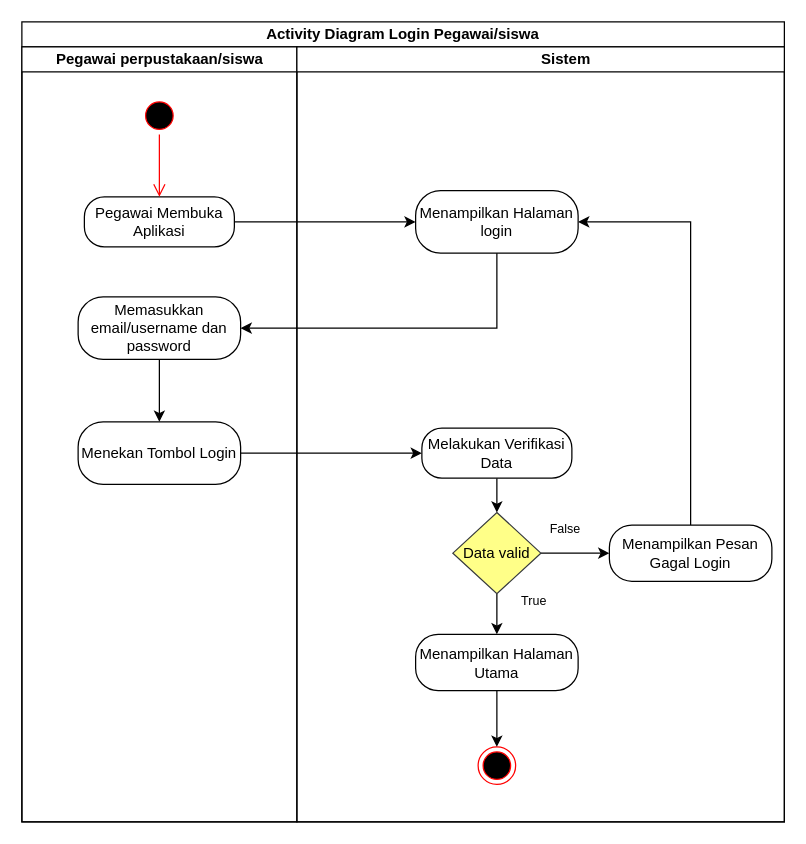
Earlier version of the draw.io diagram page "Activity Login" (2 of 17) of Use case.drawio (DikiDrim/FileSkripsi). Source tidied: cells renumbered, new cells numbered last; positions are measured from the earlier drawing's top-left corner, leaving out a move shared by most shapes. Both pictures are drawn from the tidied source at 125%, with x=0, y=0 at pixel (21, 21).
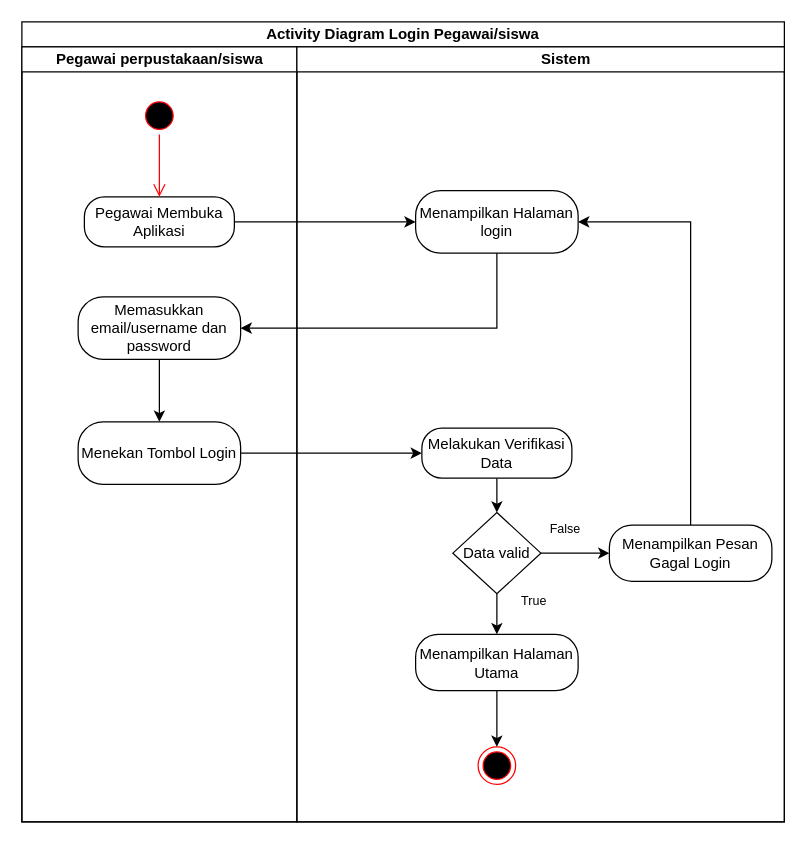
After the change.

Unchanged cells that the change refers to:
```xml
<mxCell id="10" value="&lt;blockquote style=&quot;margin: 0 0 0 40px; border: none; padding: 0px;&quot;&gt;Sistem&lt;/blockquote&gt;" style="swimlane;html=1;startSize=20;swimlaneLine=1;" parent="2" vertex="1">
  <mxGeometry x="220" y="20" width="390" height="620" as="geometry" />
</mxCell>
```

What changed in the source:
```diff
@@
-    <mxCell id="19" value="Data valid" style="rhombus;whiteSpace=wrap;html=1;fillColor=#ffff88;strokeColor=#36393d;" parent="10" vertex="1">
+    <mxCell id="19" value="Data valid" style="rhombus;whiteSpace=wrap;html=1;" parent="10" vertex="1">
       <mxGeometry x="124.8" y="372.5" width="70.4" height="65" as="geometry" />
     </mxCell>
```
